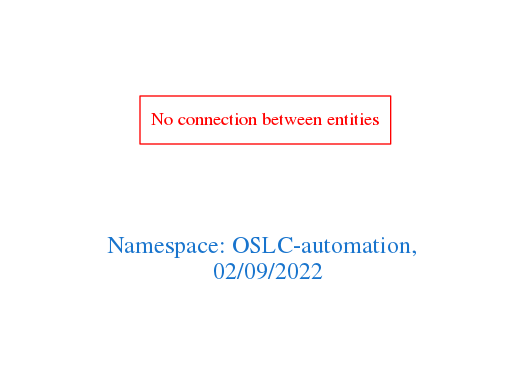
Earlier version of the Graphviz export downloads/OSLC-automation.png (arago/OGIT). Its source is kept beside it as downloads/OSLC-automation.dot.
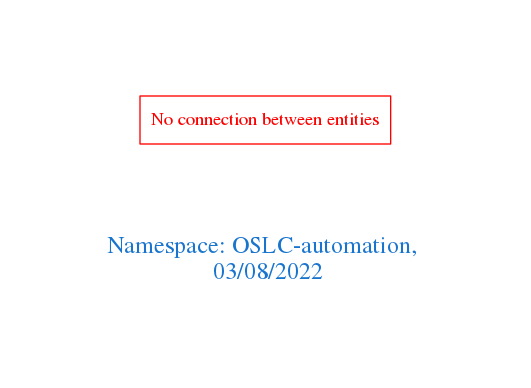
The same file after the commit.

Diff of the diagram source:
```diff
@@ -1,7 +1,7 @@
 digraph OGIT_ontology {
  graph [ rankdir= LR,pad=1
 fontsize = 18,
-fontcolor= dodgerblue3,label = "\n\n\nNamespace: OSLC-automation, \n 02/09/2022"];
+fontcolor= dodgerblue3,label = "\n\n\nNamespace: OSLC-automation, \n 03/08/2022"];
 node[shape=polygon];
 edge [  color="gray81"];
 
```
